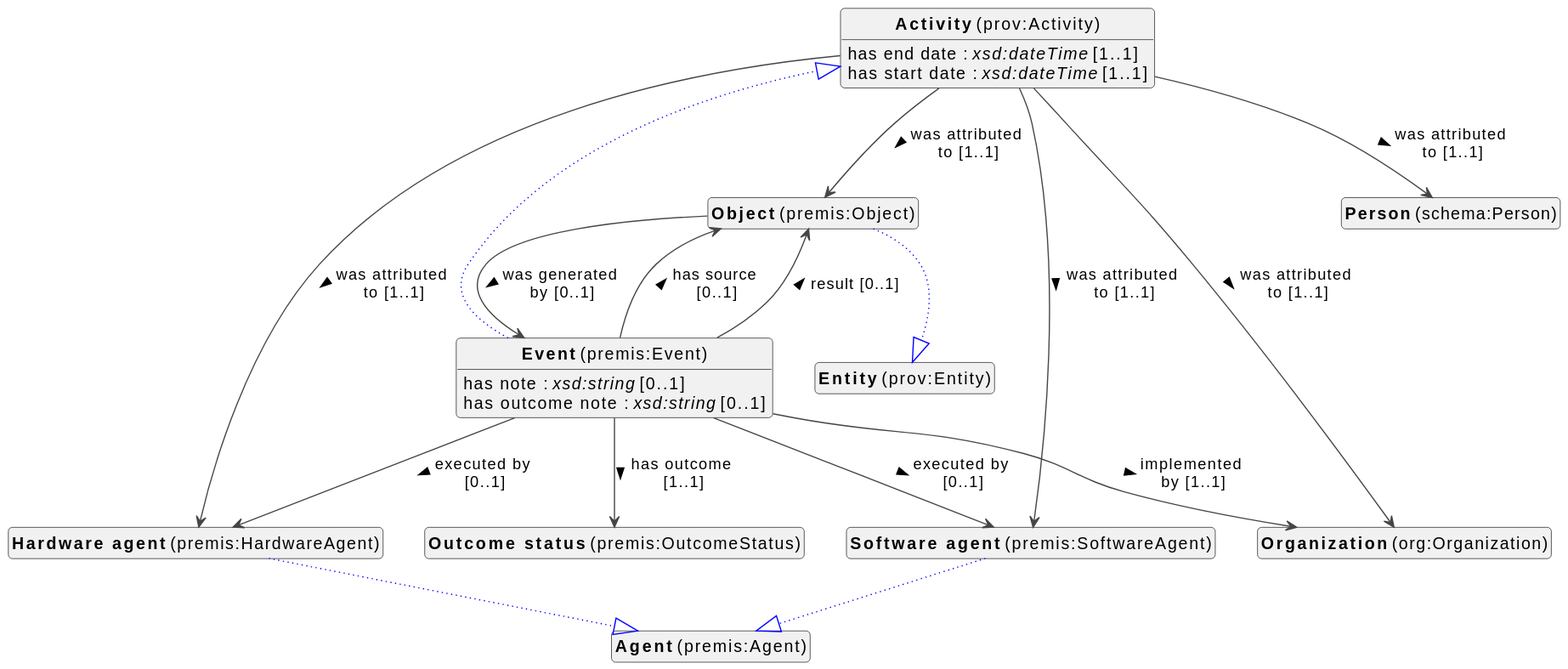
The PlantUML diagram docs/metadata/modellen/0.0.1/events/en/events-diagram.svg in viaacode/documentation-jekyll, before a commit.
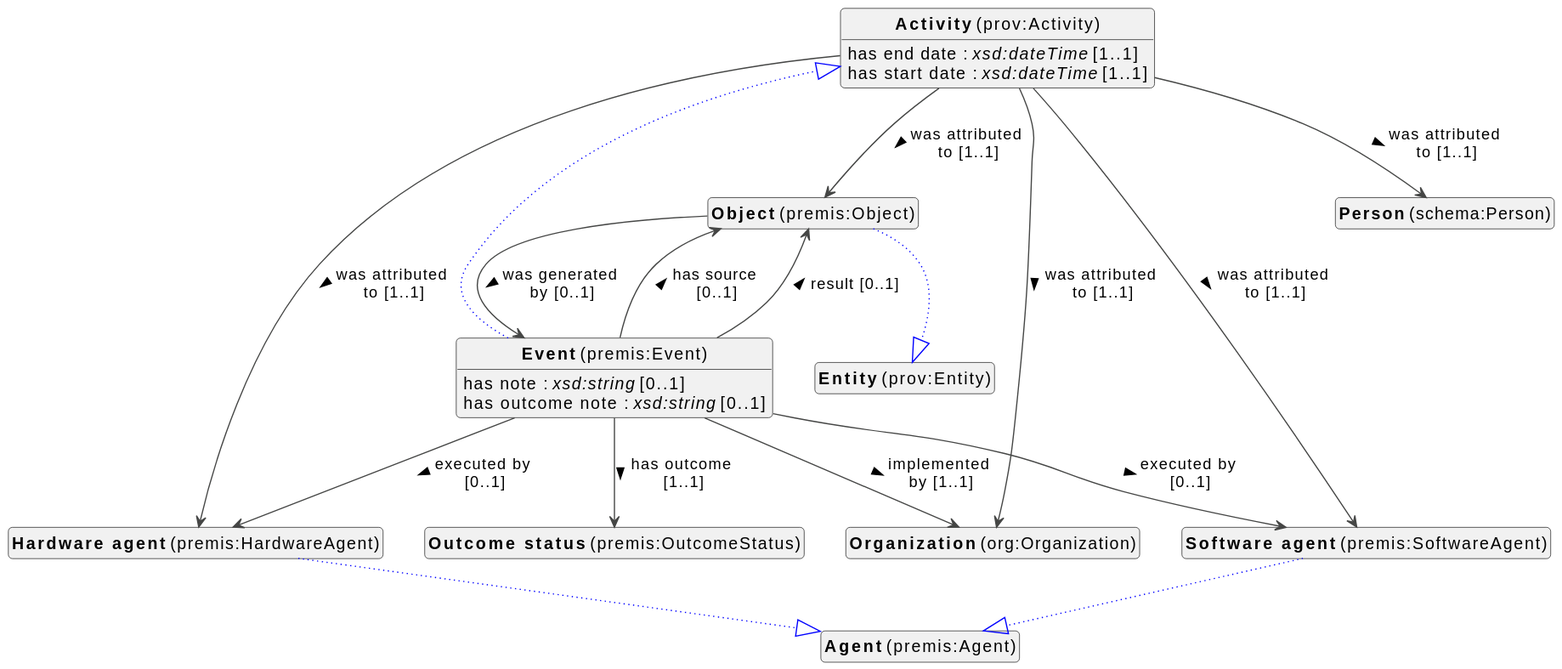
The same file after the commit.

The edit, as a diff of the source:
```diff
@@ -14,12 +14,12 @@
 class "<b>Object</b> (premis:Object)" as premis_Object [[#premis%3AObject]]
 class "<b>Entity</b> (prov:Entity)" as prov_Entity [[#prov%3AEntity]]
 class "<b>Outcome status</b> (premis:OutcomeStatus)" as premis_OutcomeStatus [[#premis%3AOutcomeStatus]]
-class "<b>Organization</b> (org:Organization)" as org_Organization [[#org%3AOrganization]]
+class "<b>Software agent</b> (premis:SoftwareAgent)" as premis_SoftwareAgent [[#premis%3ASoftwareAgent]]
+class "<b>Agent</b> (premis:Agent)" as premis_Agent [[#premis%3AAgent]]
 class "<b>Hardware agent</b> (premis:HardwareAgent)" as premis_HardwareAgent [[#premis%3AHardwareAgent]]
 class "<b>Agent</b> (premis:Agent)" as premis_Agent [[#premis%3AAgent]]
 class "<b>Person</b> (schema:Person)" as schema_Person [[#schema%3APerson]]
-class "<b>Software agent</b> (premis:SoftwareAgent)" as premis_SoftwareAgent [[#premis%3ASoftwareAgent]]
-class "<b>Agent</b> (premis:Agent)" as premis_Agent [[#premis%3AAgent]]
+class "<b>Organization</b> (org:Organization)" as org_Organization [[#org%3AOrganization]]
 
 
 prov_Activity : has end date : <i>xsd:dateTime</i> [1..1]
@@ -59,6 +59,7 @@
 
 
 
+premis_SoftwareAgent --|> premis_Agent #blue;line.dotted;text:blue
 
 
 premis_HardwareAgent --|> premis_Agent #blue;line.dotted;text:blue
@@ -66,7 +67,6 @@
 
 
 
-premis_SoftwareAgent --|> premis_Agent #blue;line.dotted;text:blue
 
 
 
```
